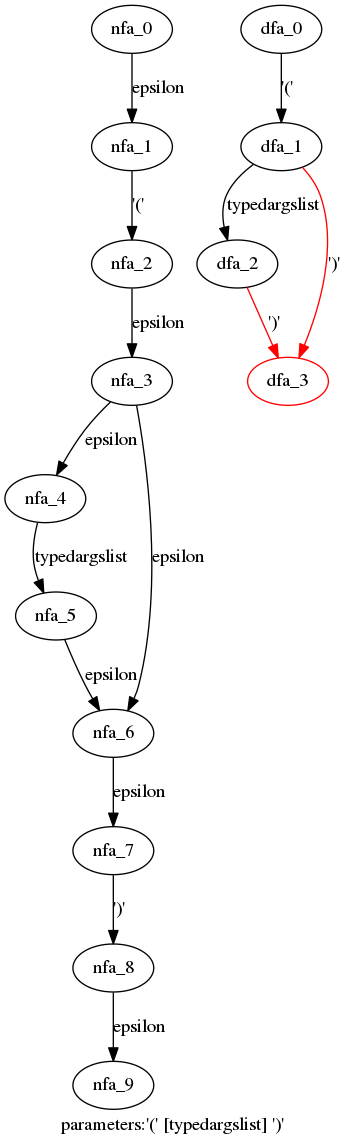
Earlier version of the Graphviz export cpython/grammar/handwrite/nfa_dfas/8.parameters.dot.png (WinChua/blog). Its source is kept beside it as cpython/grammar/handwrite/nfa_dfas/8.parameters.dot.
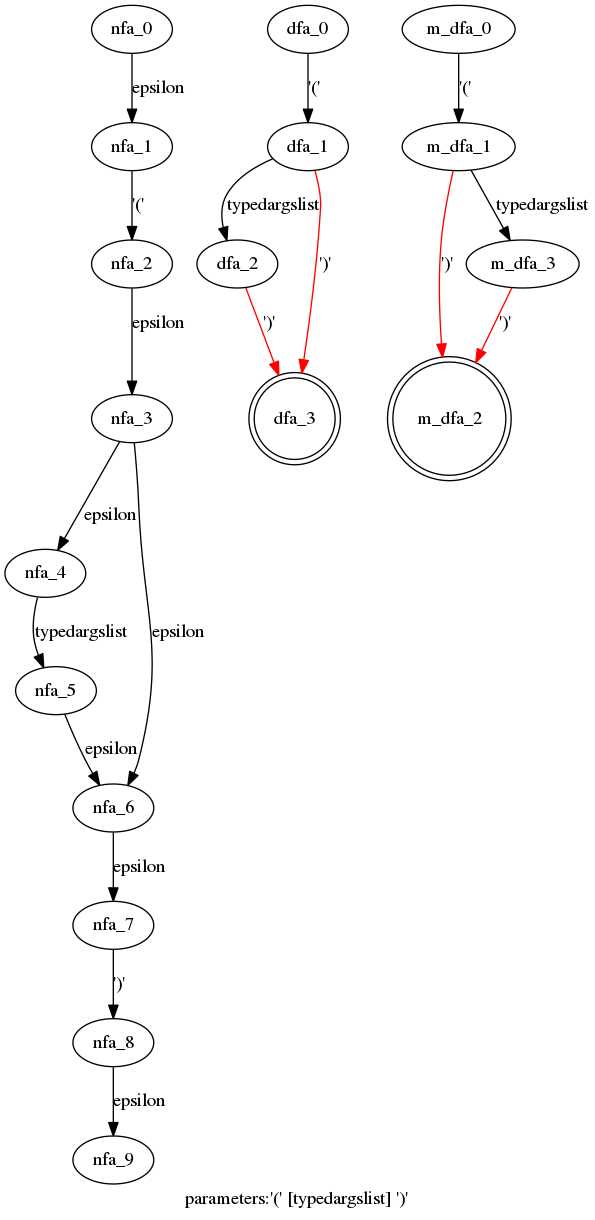
Above is the later version.

What changed in the source:
```diff
@@ -17,6 +17,13 @@
   dfa_1->dfa_2[label="typedargslist"]
   dfa_2->dfa_3[label="')'",color=red]
   dfa_1->dfa_3[label="')'",color=red]
-  dfa_3[color=red]
+  dfa_3[shape=doublecircle]
+  }
+ subgraph parameters_m_dfa {
+  m_dfa_0->m_dfa_1[label="'('"]
+  m_dfa_1->m_dfa_2[label="')'",color=red]
+  m_dfa_1->m_dfa_3[label="typedargslist"]
+  m_dfa_3->m_dfa_2[label="')'",color=red]
+  m_dfa_2[shape=doublecircle]
   }
 }
```
